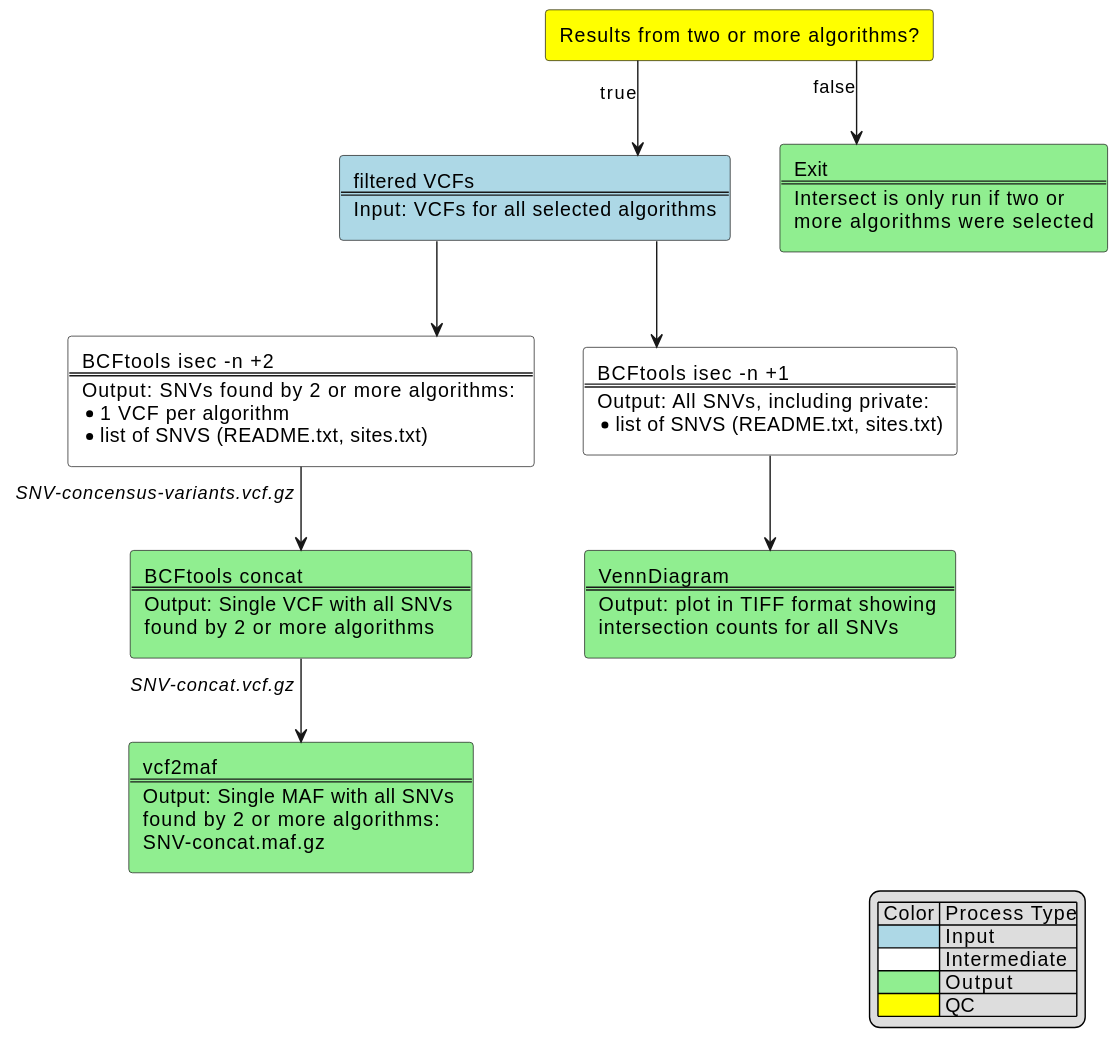
This is docs/intersect_chart.svg from uclahs-cds/pipeline-call-sSNV, a PlantUML export, as it was before one commit.
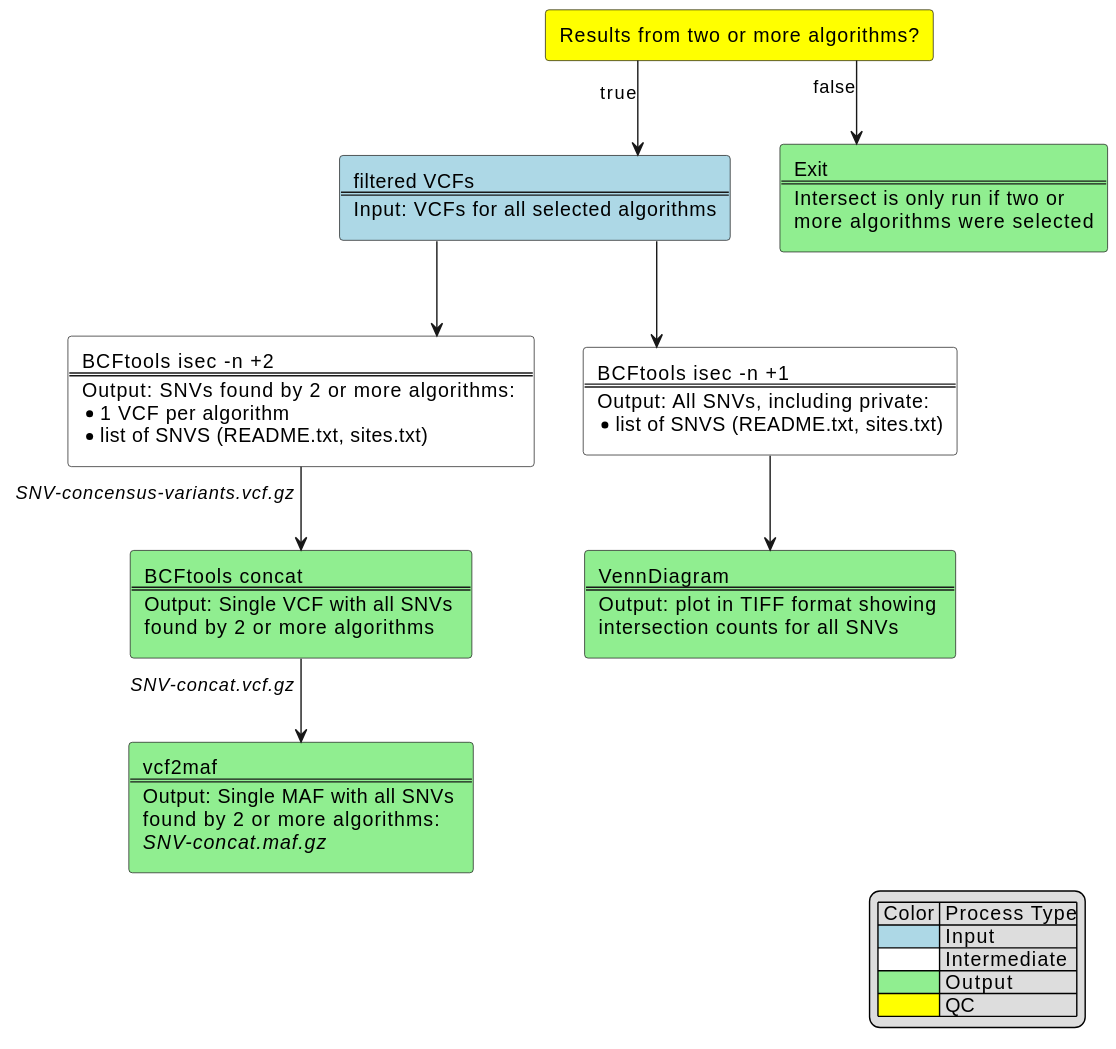
The same file after the commit.

Diff of the diagram source:
```diff
@@ -19,7 +19,7 @@
 
 $output_process(plot_venn, 'VennDiagram', 'Output: plot in TIFF format showing %newline()intersection counts for all SNVs')
 $output_process(concat_vcfs, 'BCFtools concat', 'Output: Single VCF with all SNVs %newline()found by 2 or more algorithms')
-$output_process(vcf2maf, 'vcf2maf', 'Output: Single MAF with all SNVs %newline()found by 2 or more algorithms: %newline()SNV-concat.maf.gz')
+$output_process(vcf2maf, 'vcf2maf', 'Output: Single MAF with all SNVs %newline()found by 2 or more algorithms: %newline()//SNV-concat.maf.gz//')
 
 num_algos -d-> input_vcfs: true
 num_algos -d-> done: false
```
